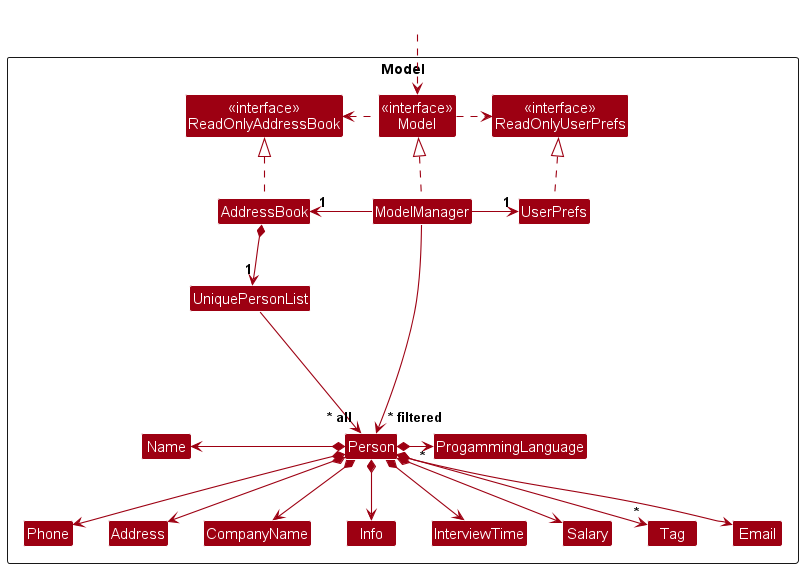
ashleyy2444/tp keeps this PlantUML diagram as docs/images/ModelClassDiagram.png. Above is the earlier version.
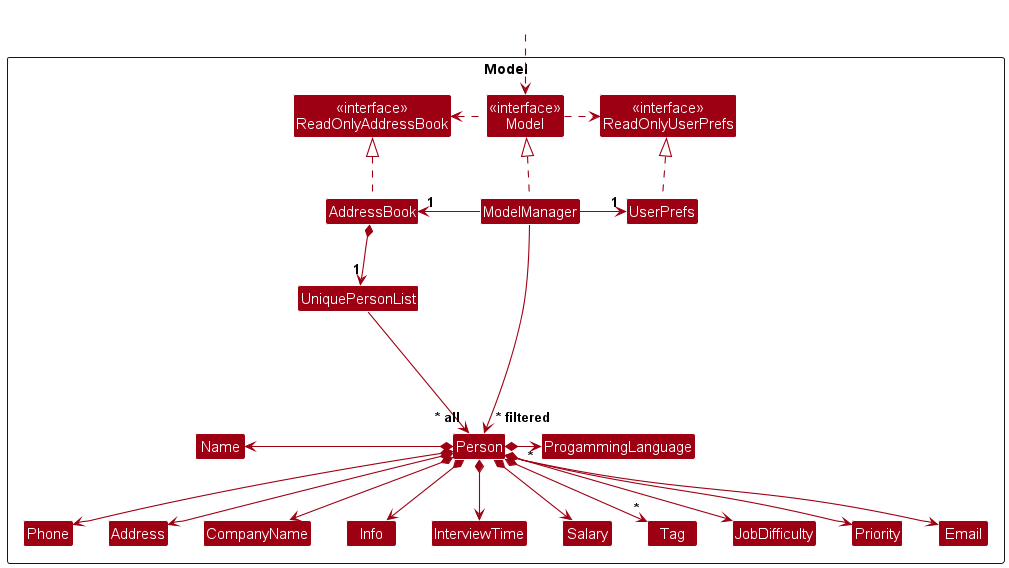
After the commit.

Commit message:
Update UML diagram

What changed in the source:
```diff
@@ -24,6 +24,8 @@
 Class Salary
 Class Tag
 Class ProgammingLanguage
+Class JobDifficulty
+Class Priority
 
 Class I #FFFFFF
 }
@@ -50,6 +52,8 @@
 Person *--> CompanyName
 Person *--> Salary
 Person *--> InterviewTime
+Person *--> JobDifficulty
+Person *--> Priority
 Person *--> "*" Tag
 Person *-right-> "*" ProgammingLanguage
 
```
